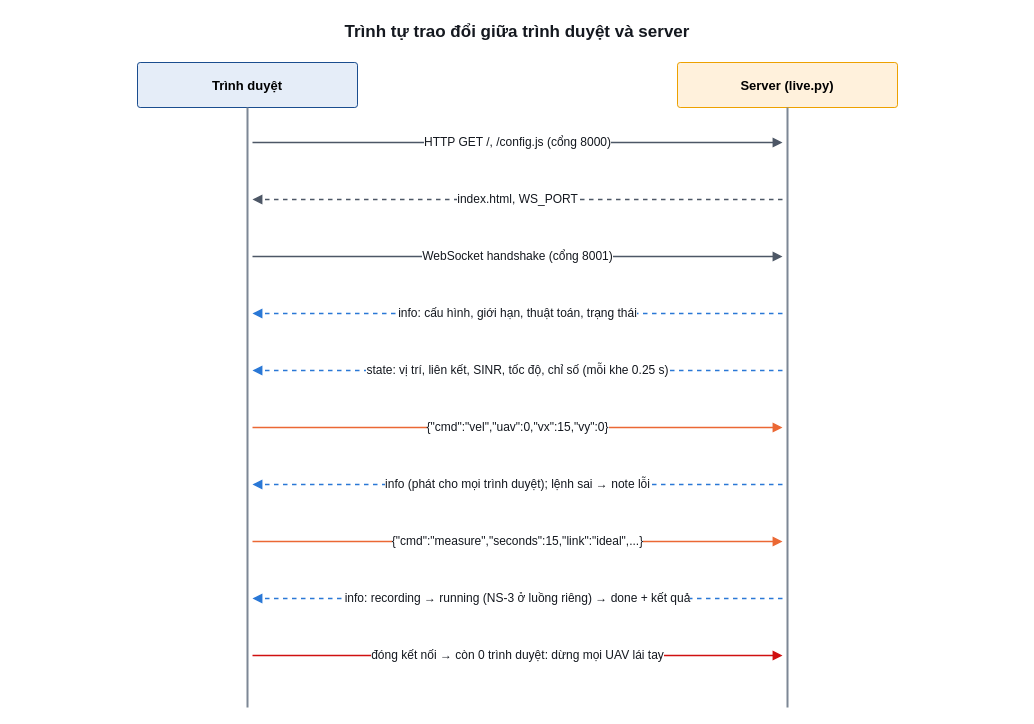
Above: docs/figures/giao_thuc_ws.drawio in vietdai-bk/N44_2026_LTM_038_056 (draw.io), before the change. Source tidied: cells renumbered, new cells numbered last; positions are measured from the earlier drawing's top-left corner, leaving out a move shared by most shapes. Both pictures are drawn from the tidied source at 100%, with x=0, y=0 at pixel (17, 17).
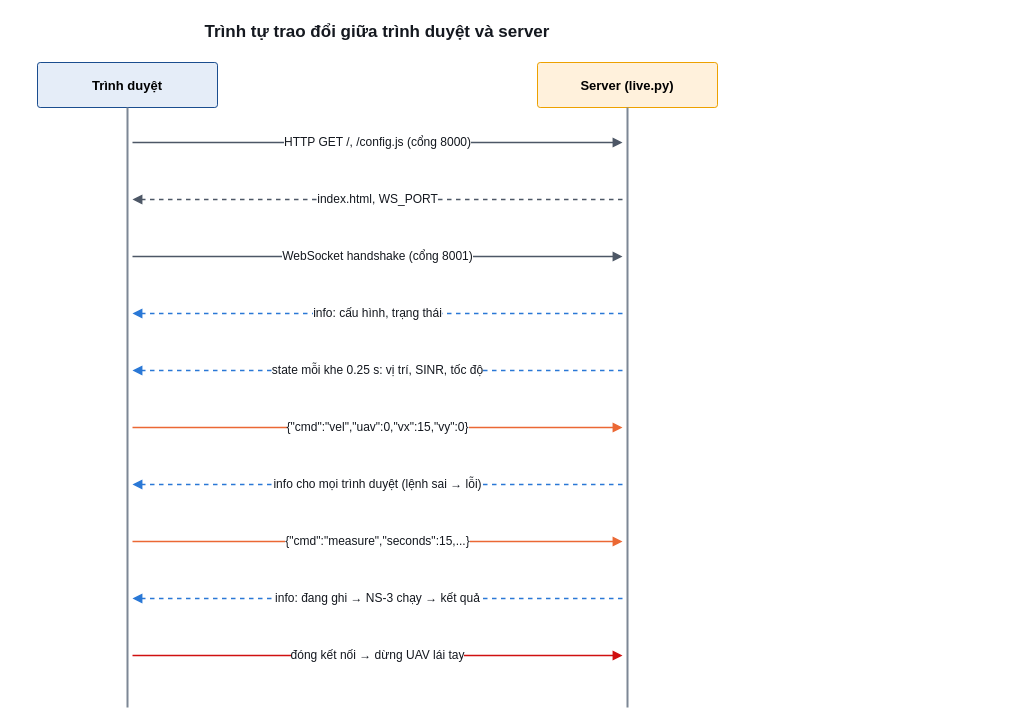
After the change.

Commit message (it also covers changes not shown here):
Slides: add WebSocket, NS-3 node topology and packet-path slides

The edit, as a diff of the source:
```diff
@@
     <mxCell id="2" value="Trình tự trao đổi giữa trình duyệt và server" style="text;align=center;verticalAlign=middle;whiteSpace=wrap;html=1;fillColor=none;strokeColor=none;fontFamily=Helvetica;fontSize=17;fontColor=#14181f;fontStyle=1;" parent="1" vertex="1">
-      <mxGeometry width="1000" height="30" as="geometry" />
+      <mxGeometry width="720" height="30" as="geometry" />
     </mxCell>
     <mxCell id="3" value="&lt;b&gt;Trình duyệt&lt;/b&gt;" style="rounded=1;arcSize=6;whiteSpace=wrap;html=1;fillColor=#e5edf8;strokeColor=#1a4d8f;fontFamily=Helvetica;fontSize=13;" parent="1" vertex="1">
-      <mxGeometry x="120" y="45" width="220" height="45" as="geometry" />
+      <mxGeometry x="20" y="45" width="180" height="45" as="geometry" />
     </mxCell>
     <mxCell id="4" value="&lt;b&gt;Server (live.py)&lt;/b&gt;" style="rounded=1;arcSize=6;whiteSpace=wrap;html=1;fillColor=#fff1dc;strokeColor=#eda100;fontFamily=Helvetica;fontSize=13;" parent="1" vertex="1">
-      <mxGeometry x="660" y="45" width="220" height="45" as="geometry" />
+      <mxGeometry x="520" y="45" width="180" height="45" as="geometry" />
     </mxCell>
     <mxCell id="5" style="whiteSpace=wrap;html=1;fillColor=#7d8795;strokeColor=none;fontFamily=Helvetica;fontSize=13;" parent="1" vertex="1">
-      <mxGeometry x="229" y="90" width="2" height="600" as="geometry" />
+      <mxGeometry x="109" y="90" width="2" height="600" as="geometry" />
     </mxCell>
     <mxCell id="6" style="whiteSpace=wrap;html=1;fillColor=#7d8795;strokeColor=none;fontFamily=Helvetica;fontSize=13;" parent="1" vertex="1">
-      <mxGeometry x="769" y="90" width="2" height="600" as="geometry" />
+      <mxGeometry x="609" y="90" width="2" height="600" as="geometry" />
     </mxCell>
     <mxCell id="7" style="whiteSpace=wrap;html=1;fillColor=none;strokeColor=none;fontFamily=Helvetica;fontSize=13;" parent="1" vertex="1">
-      <mxGeometry x="225" y="120" width="10" height="10" as="geometry" />
+      <mxGeometry x="105" y="120" width="10" height="10" as="geometry" />
     </mxCell>
     <mxCell id="8" style="whiteSpace=wrap;html=1;fillColor=none;strokeColor=none;fontFamily=Helvetica;fontSize=13;" parent="1" vertex="1">
-      <mxGeometry x="765" y="120" width="10" height="10" as="geometry" />
+      <mxGeometry x="605" y="120" width="10" height="10" as="geometry" />
     </mxCell>
@@
     <mxCell id="10" style="whiteSpace=wrap;html=1;fillColor=none;strokeColor=none;fontFamily=Helvetica;fontSize=13;" parent="1" vertex="1">
-      <mxGeometry x="225" y="177" width="10" height="10" as="geometry" />
+      <mxGeometry x="105" y="177" width="10" height="10" as="geometry" />
     </mxCell>
     <mxCell id="11" style="whiteSpace=wrap;html=1;fillColor=none;strokeColor=none;fontFamily=Helvetica;fontSize=13;" parent="1" vertex="1">
-      <mxGeometry x="765" y="177" width="10" height="10" as="geometry" />
+      <mxGeometry x="605" y="177" width="10" height="10" as="geometry" />
     </mxCell>
@@
     <mxCell id="13" style="whiteSpace=wrap;html=1;fillColor=none;strokeColor=none;fontFamily=Helvetica;fontSize=13;" parent="1" vertex="1">
-      <mxGeometry x="225" y="234" width="10" height="10" as="geometry" />
+      <mxGeometry x="105" y="234" width="10" height="10" as="geometry" />
     </mxCell>
     <mxCell id="14" style="whiteSpace=wrap;html=1;fillColor=none;strokeColor=none;fontFamily=Helvetica;fontSize=13;" parent="1" vertex="1">
-      <mxGeometry x="765" y="234" width="10" height="10" as="geometry" />
+      <mxGeometry x="605" y="234" width="10" height="10" as="geometry" />
     </mxCell>
@@
     <mxCell id="16" style="whiteSpace=wrap;html=1;fillColor=none;strokeColor=none;fontFamily=Helvetica;fontSize=13;" parent="1" vertex="1">
-      <mxGeometry x="225" y="291" width="10" height="10" as="geometry" />
+      <mxGeometry x="105" y="291" width="10" height="10" as="geometry" />
     </mxCell>
     <mxCell id="17" style="whiteSpace=wrap;html=1;fillColor=none;strokeColor=none;fontFamily=Helvetica;fontSize=13;" parent="1" vertex="1">
-      <mxGeometry x="765" y="291" width="10" height="10" as="geometry" />
+      <mxGeometry x="605" y="291" width="10" height="10" as="geometry" />
     </mxCell>
-    <mxCell id="18" value="info: cấu hình, giới hạn, thuật toán, trạng thái" style="rounded=1;html=1;strokeColor=#2a78d6;strokeWidth=1.5;endArrow=block;fontFamily=Helvetica;fontSize=12;fontColor=#14181f;labelBackgroundColor=#ffffff;dashed=1;" parent="1" edge="1" source="17" target="16">
+    <mxCell id="18" value="info: cấu hình, trạng thái" style="rounded=1;html=1;strokeColor=#2a78d6;strokeWidth=1.5;endArrow=block;fontFamily=Helvetica;fontSize=12;fontColor=#14181f;labelBackgroundColor=#ffffff;dashed=1;" parent="1" edge="1" source="17" target="16">
       <mxGeometry relative="1" as="geometry" />
     </mxCell>
     <mxCell id="19" style="whiteSpace=wrap;html=1;fillColor=none;strokeColor=none;fontFamily=Helvetica;fontSize=13;" parent="1" vertex="1">
-      <mxGeometry x="225" y="348" width="10" height="10" as="geometry" />
+      <mxGeometry x="105" y="348" width="10" height="10" as="geometry" />
     </mxCell>
     <mxCell id="20" style="whiteSpace=wrap;html=1;fillColor=none;strokeColor=none;fontFamily=Helvetica;fontSize=13;" parent="1" vertex="1">
-      <mxGeometry x="765" y="348" width="10" height="10" as="geometry" />
+      <mxGeometry x="605" y="348" width="10" height="10" as="geometry" />
     </mxCell>
-    <mxCell id="21" value="state: vị trí, liên kết, SINR, tốc độ, chỉ số (mỗi khe 0.25 s)" style="rounded=1;html=1;strokeColor=#2a78d6;strokeWidth=1.5;endArrow=block;fontFamily=Helvetica;fontSize=12;fontColor=#14181f;labelBackgroundColor=#ffffff;dashed=1;" parent="1" edge="1" source="20" target="19">
+    <mxCell id="21" value="state mỗi khe 0.25 s: vị trí, SINR, tốc độ" style="rounded=1;html=1;strokeColor=#2a78d6;strokeWidth=1.5;endArrow=block;fontFamily=Helvetica;fontSize=12;fontColor=#14181f;labelBackgroundColor=#ffffff;dashed=1;" parent="1" edge="1" source="20" target="19">
       <mxGeometry relative="1" as="geometry" />
     </mxCell>
     <mxCell id="22" style="whiteSpace=wrap;html=1;fillColor=none;strokeColor=none;fontFamily=Helvetica;fontSize=13;" parent="1" vertex="1">
-      <mxGeometry x="225" y="405" width="10" height="10" as="geometry" />
+      <mxGeometry x="105" y="405" width="10" height="10" as="geometry" />
     </mxCell>
     <mxCell id="23" style="whiteSpace=wrap;html=1;fillColor=none;strokeColor=none;fontFamily=Helvetica;fontSize=13;" parent="1" vertex="1">
-      <mxGeometry x="765" y="405" width="10" height="10" as="geometry" />
+      <mxGeometry x="605" y="405" width="10" height="10" as="geometry" />
     </mxCell>
@@
     <mxCell id="25" style="whiteSpace=wrap;html=1;fillColor=none;strokeColor=none;fontFamily=Helvetica;fontSize=13;" parent="1" vertex="1">
-      <mxGeometry x="225" y="462" width="10" height="10" as="geometry" />
+      <mxGeometry x="105" y="462" width="10" height="10" as="geometry" />
     </mxCell>
     <mxCell id="26" style="whiteSpace=wrap;html=1;fillColor=none;strokeColor=none;fontFamily=Helvetica;fontSize=13;" parent="1" vertex="1">
-      <mxGeometry x="765" y="462" width="10" height="10" as="geometry" />
+      <mxGeometry x="605" y="462" width="10" height="10" as="geometry" />
     </mxCell>
-    <mxCell id="27" value="info (phát cho mọi trình duyệt); lệnh sai → note lỗi" style="rounded=1;html=1;strokeColor=#2a78d6;strokeWidth=1.5;endArrow=block;fontFamily=Helvetica;fontSize=12;fontColor=#14181f;labelBackgroundColor=#ffffff;dashed=1;" parent="1" edge="1" source="26" target="25">
+    <mxCell id="27" value="info cho mọi trình duyệt (lệnh sai → lỗi)" style="rounded=1;html=1;strokeColor=#2a78d6;strokeWidth=1.5;endArrow=block;fontFamily=Helvetica;fontSize=12;fontColor=#14181f;labelBackgroundColor=#ffffff;dashed=1;" parent="1" edge="1" source="26" target="25">
       <mxGeometry relative="1" as="geometry" />
     </mxCell>
     <mxCell id="28" style="whiteSpace=wrap;html=1;fillColor=none;strokeColor=none;fontFamily=Helvetica;fontSize=13;" parent="1" vertex="1">
-      <mxGeometry x="225" y="519" width="10" height="10" as="geometry" />
+      <mxGeometry x="105" y="519" width="10" height="10" as="geometry" />
     </mxCell>
     <mxCell id="29" style="whiteSpace=wrap;html=1;fillColor=none;strokeColor=none;fontFamily=Helvetica;fontSize=13;" parent="1" vertex="1">
-      <mxGeometry x="765" y="519" width="10" height="10" as="geometry" />
+      <mxGeometry x="605" y="519" width="10" height="10" as="geometry" />
     </mxCell>
-    <mxCell id="30" value="{&quot;cmd&quot;:&quot;measure&quot;,&quot;seconds&quot;:15,&quot;link&quot;:&quot;ideal&quot;,...}" style="rounded=1;html=1;strokeColor=#eb6834;strokeWidth=1.5;endArrow=block;fontFamily=Helvetica;fontSize=12;fontColor=#14181f;labelBackgroundColor=#ffffff;" parent="1" edge="1" source="28" target="29">
+    <mxCell id="30" value="{&quot;cmd&quot;:&quot;measure&quot;,&quot;seconds&quot;:15,...}" style="rounded=1;html=1;strokeColor=#eb6834;strokeWidth=1.5;endArrow=block;fontFamily=Helvetica;fontSize=12;fontColor=#14181f;labelBackgroundColor=#ffffff;" parent="1" edge="1" source="28" target="29">
       <mxGeometry relative="1" as="geometry" />
     </mxCell>
     <mxCell id="31" style="whiteSpace=wrap;html=1;fillColor=none;strokeColor=none;fontFamily=Helvetica;fontSize=13;" parent="1" vertex="1">
-      <mxGeometry x="225" y="576" width="10" height="10" as="geometry" />
+      <mxGeometry x="105" y="576" width="10" height="10" as="geometry" />
     </mxCell>
     <mxCell id="32" style="whiteSpace=wrap;html=1;fillColor=none;strokeColor=none;fontFamily=Helvetica;fontSize=13;" parent="1" vertex="1">
-      <mxGeometry x="765" y="576" width="10" height="10" as="geometry" />
+      <mxGeometry x="605" y="576" width="10" height="10" as="geometry" />
     </mxCell>
-    <mxCell id="33" value="info: recording → running (NS-3 ở luồng riêng) → done + kết quả" style="rounded=1;html=1;strokeColor=#2a78d6;strokeWidth=1.5;endArrow=block;fontFamily=Helvetica;fontSize=12;fontColor=#14181f;labelBackgroundColor=#ffffff;dashed=1;" parent="1" edge="1" source="32" target="31">
+    <mxCell id="33" value="info: đang ghi → NS-3 chạy → kết quả" style="rounded=1;html=1;strokeColor=#2a78d6;strokeWidth=1.5;endArrow=block;fontFamily=Helvetica;fontSize=12;fontColor=#14181f;labelBackgroundColor=#ffffff;dashed=1;" parent="1" edge="1" source="32" target="31">
       <mxGeometry relative="1" as="geometry" />
     </mxCell>
     <mxCell id="34" style="whiteSpace=wrap;html=1;fillColor=none;strokeColor=none;fontFamily=Helvetica;fontSize=13;" parent="1" vertex="1">
-      <mxGeometry x="225" y="633" width="10" height="10" as="geometry" />
+      <mxGeometry x="105" y="633" width="10" height="10" as="geometry" />
     </mxCell>
     <mxCell id="35" style="whiteSpace=wrap;html=1;fillColor=none;strokeColor=none;fontFamily=Helvetica;fontSize=13;" parent="1" vertex="1">
-      <mxGeometry x="765" y="633" width="10" height="10" as="geometry" />
+      <mxGeometry x="605" y="633" width="10" height="10" as="geometry" />
     </mxCell>
-    <mxCell id="36" value="đóng kết nối → còn 0 trình duyệt: dừng mọi UAV lái tay" style="rounded=1;html=1;strokeColor=#d01010;strokeWidth=1.5;endArrow=block;fontFamily=Helvetica;fontSize=12;fontColor=#14181f;labelBackgroundColor=#ffffff;" parent="1" edge="1" source="34" target="35">
+    <mxCell id="36" value="đóng kết nối → dừng UAV lái tay" style="rounded=1;html=1;strokeColor=#d01010;strokeWidth=1.5;endArrow=block;fontFamily=Helvetica;fontSize=12;fontColor=#14181f;labelBackgroundColor=#ffffff;" parent="1" edge="1" source="34" target="35">
       <mxGeometry relative="1" as="geometry" />
     </mxCell>
```
